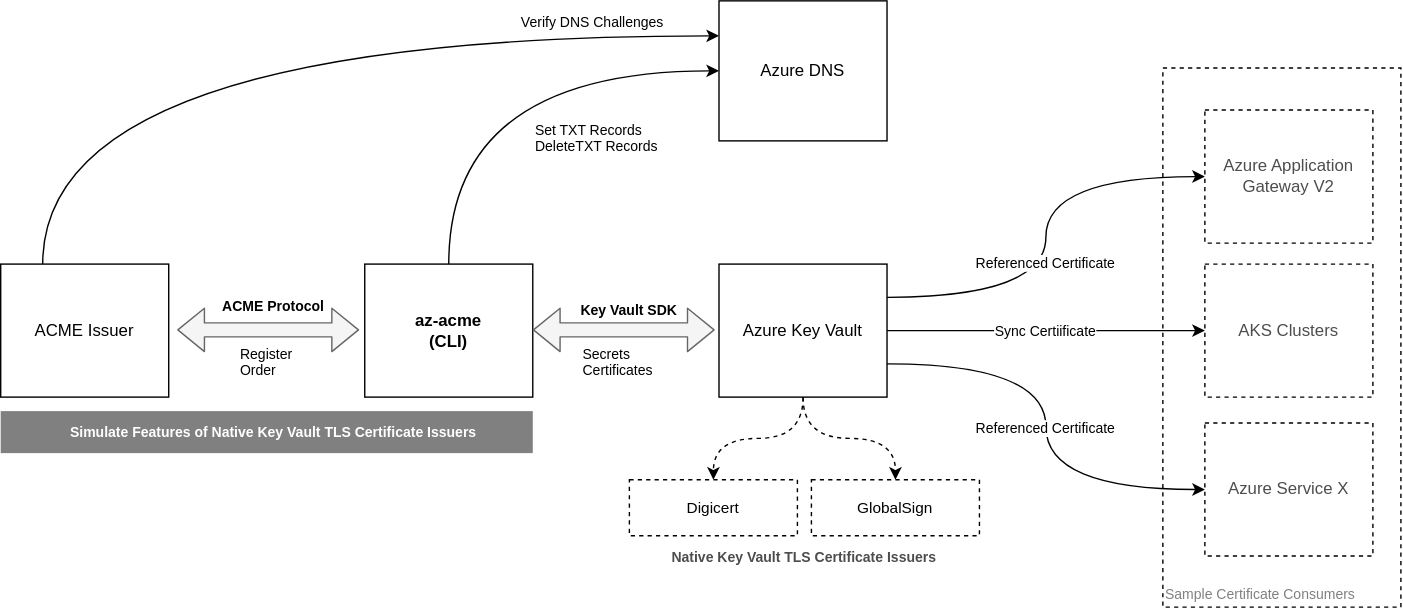
az-acme/az-acme-cli keeps this draw.io diagram as docs/context.drawio.svg. Above is the earlier version. Source tidied: cells renumbered, new cells last; positions are measured from the earlier drawing's top-left corner, leaving out a move shared by most shapes.
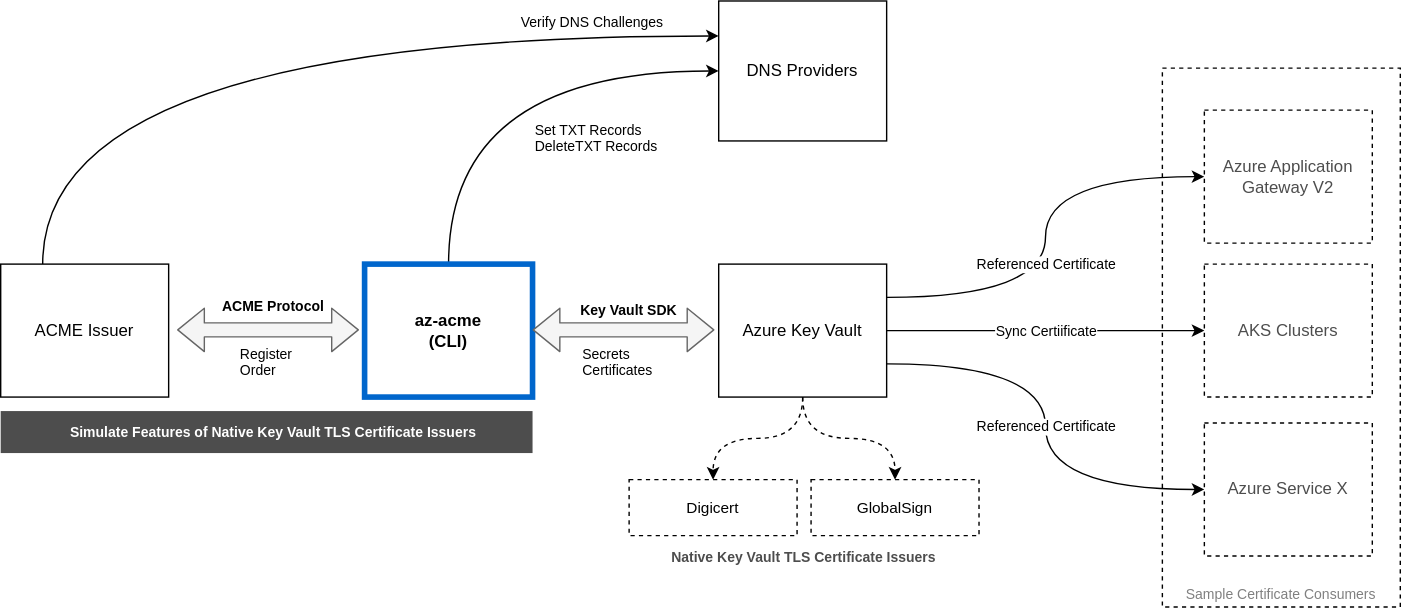
The same file after the commit.

Diff of the diagram source:
```diff
@@ -2,7 +2,7 @@
   <root>
     <mxCell id="0" />
     <mxCell id="1" parent="0" />
-    <mxCell id="2" value="Sample Certificate Consumers" style="rounded=0;whiteSpace=wrap;html=1;dashed=1;fontSize=10;fontColor=#808080;fillColor=none;verticalAlign=bottom;align=left;" parent="1" vertex="1">
+    <mxCell id="2" value="Sample Certificate Consumers" style="rounded=0;whiteSpace=wrap;html=1;dashed=1;fontSize=10;fontColor=#808080;fillColor=none;verticalAlign=bottom;align=center;" parent="1" vertex="1">
       <mxGeometry x="830" y="48" width="170" height="385" as="geometry" />
     </mxCell>
     <mxCell id="3" style="edgeStyle=orthogonalEdgeStyle;curved=1;html=1;exitX=0.25;exitY=0;exitDx=0;exitDy=0;entryX=0;entryY=0.25;entryDx=0;entryDy=0;fontSize=10;" parent="1" edge="1" source="4" target="10">
@@ -23,10 +23,10 @@
     <mxCell id="8" style="edgeStyle=orthogonalEdgeStyle;curved=1;html=1;exitX=0.5;exitY=0;exitDx=0;exitDy=0;entryX=0;entryY=0.5;entryDx=0;entryDy=0;fontSize=10;" parent="1" edge="1" source="9" target="10">
       <mxGeometry relative="1" as="geometry" />
     </mxCell>
-    <mxCell id="9" value="az-acme&lt;br&gt;(CLI)" style="rounded=0;whiteSpace=wrap;html=1;fontStyle=1;" parent="1" vertex="1">
+    <mxCell id="9" value="az-acme&lt;br&gt;(CLI)" style="rounded=0;whiteSpace=wrap;html=1;fontStyle=1;strokeWidth=4;strokeColor=#0066CC;" parent="1" vertex="1">
       <mxGeometry x="260" y="188" width="120" height="95" as="geometry" />
     </mxCell>
-    <mxCell id="10" value="Azure DNS" style="rounded=0;whiteSpace=wrap;html=1;" parent="1" vertex="1">
+    <mxCell id="10" value="DNS Providers" style="rounded=0;whiteSpace=wrap;html=1;" parent="1" vertex="1">
       <mxGeometry x="513" width="120" height="100" as="geometry" />
     </mxCell>
     <mxCell id="11" style="shape=flexArrow;endArrow=classic;startArrow=classic;html=1;fontSize=10;curved=1;fillColor=#f5f5f5;strokeColor=#666666;" parent="1" edge="1">
@@ -86,7 +86,7 @@
     <mxCell id="27" value="Native Key Vault TLS Certificate Issuers" style="text;html=1;strokeColor=none;fillColor=none;align=center;verticalAlign=middle;whiteSpace=wrap;rounded=0;dashed=1;fontSize=10;fontColor=#4D4D4D;fontStyle=1;" parent="1" vertex="1">
       <mxGeometry x="449" y="382" width="250" height="30" as="geometry" />
     </mxCell>
-    <mxCell id="28" style="rounded=0;whiteSpace=wrap;html=1;dashed=1;fontSize=10;fontColor=#4D4D4D;fillColor=#808080;strokeColor=none;" parent="1" vertex="1">
+    <mxCell id="28" style="rounded=0;whiteSpace=wrap;html=1;dashed=1;fontSize=10;fontColor=#4D4D4D;fillColor=#4D4D4D;strokeColor=none;" parent="1" vertex="1">
       <mxGeometry y="293" width="380" height="30" as="geometry" />
     </mxCell>
     <mxCell id="29" value="Simulate Features of Native Key Vault TLS Certificate Issuers" style="text;html=1;align=center;verticalAlign=middle;whiteSpace=wrap;rounded=0;dashed=1;fontSize=10;fontStyle=1;fontColor=#FFFFFF;" parent="1" vertex="1">
```
